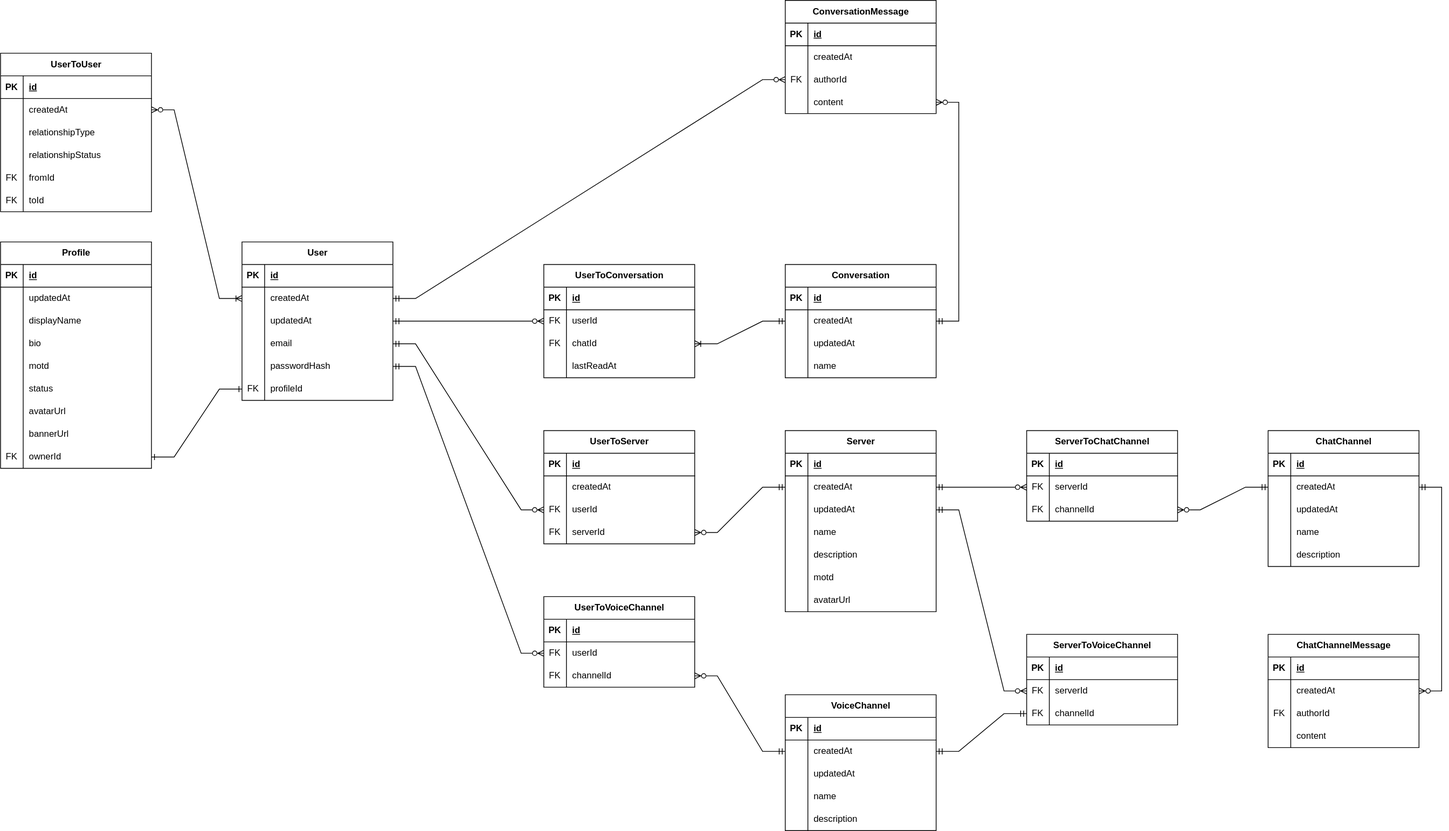
This is diagrams/er-diagram.svg from qonsensus/backend, a draw.io export, as it was before one commit. Source tidied: cells renumbered, new cells last; positions are measured from the earlier drawing's top-left corner, leaving out a move shared by most shapes.
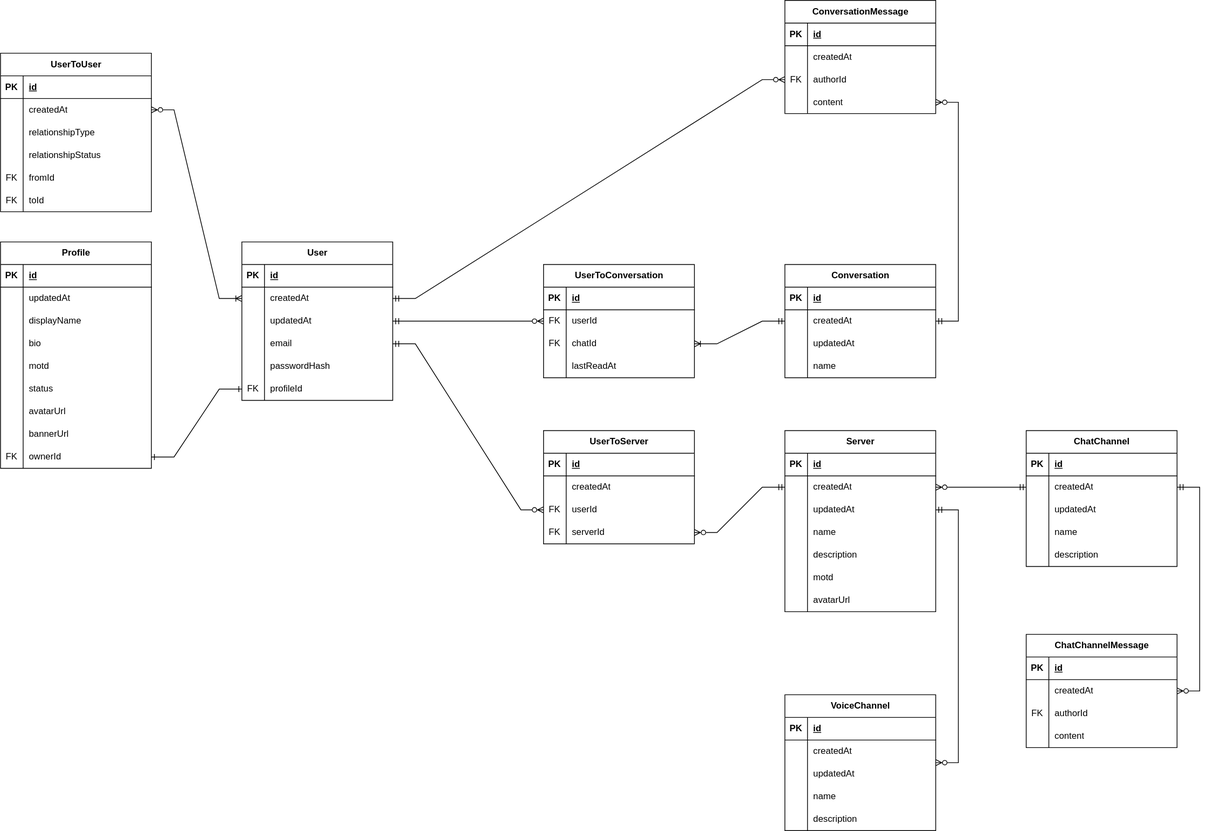
Above is the later version.

Commit message:
chore: updated er-diagram.svg to reflect changes in relation between Chat/Voice Channels and Servers

Diff of the diagram source:
```diff
@@ -356,41 +356,8 @@
     <mxCell id="119" style="edgeStyle=entityRelationEdgeStyle;rounded=0;jettySize=auto;html=1;entryX=0;entryY=0.5;entryDx=0;entryDy=0;endArrow=ERmandOne;endFill=0;startArrow=ERzeroToMany;startFill=0;" parent="1" edge="1" source="93" target="101">
       <mxGeometry relative="1" as="geometry" />
     </mxCell>
-    <mxCell id="120" value="ServerToChatChannel" style="shape=table;startSize=30;rowLines=0;fontStyle=1;align=center;html=1;" parent="1" vertex="1">
-      <mxGeometry x="1360" y="570" width="200" height="120" as="geometry" />
-    </mxCell>
-    <mxCell id="121" style="shape=tableRow;horizontal=0;startSize=0;swimlaneHead=0;swimlaneBody=0;fillColor=none;top=0;left=0;right=0;bottom=1;" parent="120" vertex="1">
-      <mxGeometry y="30" width="200" height="30" as="geometry" />
-    </mxCell>
-    <mxCell id="122" value="PK" style="shape=partialRectangle;fillColor=none;top=0;left=0;bottom=0;right=0;fontStyle=1;overflow=hidden;whiteSpace=wrap;html=1;" parent="121" vertex="1">
-      <mxGeometry width="30" height="30" as="geometry" />
-    </mxCell>
-    <mxCell id="123" value="id" style="shape=partialRectangle;fillColor=none;top=0;left=0;bottom=0;right=0;align=left;spacingLeft=6;fontStyle=5;overflow=hidden;whiteSpace=wrap;html=1;" parent="121" vertex="1">
-      <mxGeometry x="30" width="170" height="30" as="geometry" />
-    </mxCell>
-    <mxCell id="124" style="shape=tableRow;horizontal=0;startSize=0;swimlaneHead=0;swimlaneBody=0;fillColor=none;points=[[0,0.5],[1,0.5]];portConstraint=eastwest;top=0;left=0;right=0;bottom=0;" parent="120" vertex="1">
-      <mxGeometry y="60" width="200" height="30" as="geometry" />
-    </mxCell>
-    <mxCell id="125" value="FK" style="shape=partialRectangle;fillColor=none;top=0;left=0;bottom=0;right=0;overflow=hidden;whiteSpace=wrap;html=1;" parent="124" vertex="1">
-      <mxGeometry width="30" height="30" as="geometry" />
-    </mxCell>
-    <mxCell id="126" value="serverId" style="shape=partialRectangle;fillColor=none;top=0;left=0;bottom=0;right=0;align=left;spacingLeft=6;overflow=hidden;whiteSpace=wrap;html=1;" parent="124" vertex="1">
-      <mxGeometry x="30" width="170" height="30" as="geometry" />
-    </mxCell>
-    <mxCell id="127" style="shape=tableRow;horizontal=0;startSize=0;swimlaneHead=0;swimlaneBody=0;fillColor=none;points=[[0,0.5],[1,0.5]];portConstraint=eastwest;top=0;left=0;right=0;bottom=0;" parent="120" vertex="1">
-      <mxGeometry y="90" width="200" height="30" as="geometry" />
-    </mxCell>
-    <mxCell id="128" value="FK" style="shape=partialRectangle;fillColor=none;top=0;left=0;bottom=0;right=0;overflow=hidden;whiteSpace=wrap;html=1;" parent="127" vertex="1">
-      <mxGeometry width="30" height="30" as="geometry" />
-    </mxCell>
-    <mxCell id="129" value="channelId" style="shape=partialRectangle;fillColor=none;top=0;left=0;bottom=0;right=0;align=left;spacingLeft=6;overflow=hidden;whiteSpace=wrap;html=1;" parent="127" vertex="1">
-      <mxGeometry x="30" width="170" height="30" as="geometry" />
-    </mxCell>
-    <mxCell id="130" style="edgeStyle=entityRelationEdgeStyle;rounded=0;jettySize=auto;html=1;endArrow=ERmandOne;endFill=0;startArrow=ERzeroToMany;startFill=0;" parent="1" edge="1" source="124" target="101">
-      <mxGeometry relative="1" as="geometry" />
-    </mxCell>
     <mxCell id="131" value="ChatChannel" style="shape=table;startSize=30;rowLines=0;fontStyle=1;align=center;html=1;" parent="1" vertex="1">
-      <mxGeometry x="1680" y="570" width="200" height="180" as="geometry" />
+      <mxGeometry x="1360" y="570" width="200" height="180" as="geometry" />
     </mxCell>
     <mxCell id="132" style="shape=tableRow;horizontal=0;startSize=0;swimlaneHead=0;swimlaneBody=0;fillColor=none;top=0;left=0;right=0;bottom=1;" parent="131" vertex="1">
       <mxGeometry y="30" width="200" height="30" as="geometry" />
@@ -437,7 +404,7 @@
     <mxCell id="146" value="description" style="shape=partialRectangle;fillColor=none;top=0;left=0;bottom=0;right=0;align=left;spacingLeft=6;overflow=hidden;whiteSpace=wrap;html=1;" parent="144" vertex="1">
       <mxGeometry x="30" width="170" height="30" as="geometry" />
     </mxCell>
-    <mxCell id="147" style="edgeStyle=entityRelationEdgeStyle;rounded=0;jettySize=auto;html=1;endArrow=ERmandOne;endFill=0;startArrow=ERzeroToMany;startFill=0;" parent="1" edge="1" source="127" target="135">
+    <mxCell id="147" style="edgeStyle=entityRelationEdgeStyle;rounded=0;jettySize=auto;html=1;endArrow=ERmandOne;endFill=0;startArrow=ERzeroToMany;startFill=0;exitX=1;exitY=0.5;exitDx=0;exitDy=0;" parent="1" edge="1" source="101" target="135">
       <mxGeometry relative="1" as="geometry" />
     </mxCell>
     <mxCell id="148" style="edgeStyle=entityRelationEdgeStyle;rounded=0;jettySize=auto;html=1;endArrow=ERmandOne;endFill=0;startArrow=ERzeroToMany;startFill=0;exitX=1;exitY=0.5;exitDx=0;exitDy=0;" parent="1" edge="1" source="159" target="74">
@@ -488,37 +455,7 @@
     <mxCell id="163" style="edgeStyle=entityRelationEdgeStyle;rounded=0;jettySize=auto;html=1;endArrow=ERmandOne;endFill=0;startArrow=ERzeroToMany;startFill=0;exitX=1;exitY=0.5;exitDx=0;exitDy=0;" parent="1" edge="1" source="223" target="135">
       <mxGeometry relative="1" as="geometry" />
     </mxCell>
-    <mxCell id="164" value="ServerToVoiceChannel" style="shape=table;startSize=30;rowLines=0;fontStyle=1;align=center;html=1;" parent="1" vertex="1">
-      <mxGeometry x="1360" y="840" width="200" height="120" as="geometry" />
-    </mxCell>
-    <mxCell id="165" style="shape=tableRow;horizontal=0;startSize=0;swimlaneHead=0;swimlaneBody=0;fillColor=none;top=0;left=0;right=0;bottom=1;" parent="164" vertex="1">
-      <mxGeometry y="30" width="200" height="30" as="geometry" />
-    </mxCell>
-    <mxCell id="166" value="PK" style="shape=partialRectangle;fillColor=none;top=0;left=0;bottom=0;right=0;fontStyle=1;overflow=hidden;whiteSpace=wrap;html=1;" parent="165" vertex="1">
-      <mxGeometry width="30" height="30" as="geometry" />
-    </mxCell>
-    <mxCell id="167" value="id" style="shape=partialRectangle;fillColor=none;top=0;left=0;bottom=0;right=0;align=left;spacingLeft=6;fontStyle=5;overflow=hidden;whiteSpace=wrap;html=1;" parent="165" vertex="1">
-      <mxGeometry x="30" width="170" height="30" as="geometry" />
-    </mxCell>
-    <mxCell id="168" style="shape=tableRow;horizontal=0;startSize=0;swimlaneHead=0;swimlaneBody=0;fillColor=none;points=[[0,0.5],[1,0.5]];portConstraint=eastwest;top=0;left=0;right=0;bottom=0;" parent="164" vertex="1">
-      <mxGeometry y="60" width="200" height="30" as="geometry" />
-    </mxCell>
-    <mxCell id="169" value="FK" style="shape=partialRectangle;fillColor=none;top=0;left=0;bottom=0;right=0;overflow=hidden;whiteSpace=wrap;html=1;" parent="168" vertex="1">
-      <mxGeometry width="30" height="30" as="geometry" />
-    </mxCell>
-    <mxCell id="170" value="serverId" style="shape=partialRectangle;fillColor=none;top=0;left=0;bottom=0;right=0;align=left;spacingLeft=6;overflow=hidden;whiteSpace=wrap;html=1;" parent="168" vertex="1">
-      <mxGeometry x="30" width="170" height="30" as="geometry" />
-    </mxCell>
-    <mxCell id="171" style="shape=tableRow;horizontal=0;startSize=0;swimlaneHead=0;swimlaneBody=0;fillColor=none;points=[[0,0.5],[1,0.5]];portConstraint=eastwest;top=0;left=0;right=0;bottom=0;" parent="164" vertex="1">
-      <mxGeometry y="90" width="200" height="30" as="geometry" />
-    </mxCell>
-    <mxCell id="172" value="FK" style="shape=partialRectangle;fillColor=none;top=0;left=0;bottom=0;right=0;overflow=hidden;whiteSpace=wrap;html=1;" parent="171" vertex="1">
-      <mxGeometry width="30" height="30" as="geometry" />
-    </mxCell>
-    <mxCell id="173" value="channelId" style="shape=partialRectangle;fillColor=none;top=0;left=0;bottom=0;right=0;align=left;spacingLeft=6;overflow=hidden;whiteSpace=wrap;html=1;" parent="171" vertex="1">
-      <mxGeometry x="30" width="170" height="30" as="geometry" />
-    </mxCell>
-    <mxCell id="174" style="edgeStyle=entityRelationEdgeStyle;rounded=0;jettySize=auto;html=1;entryX=1;entryY=0.5;entryDx=0;entryDy=0;endArrow=ERmandOne;endFill=0;startArrow=ERzeroToMany;startFill=0;" parent="1" edge="1" source="168" target="104">
+    <mxCell id="174" style="edgeStyle=entityRelationEdgeStyle;rounded=0;jettySize=auto;html=1;entryX=1;entryY=0.5;entryDx=0;entryDy=0;endArrow=ERmandOne;endFill=0;startArrow=ERzeroToMany;startFill=0;" parent="1" edge="1" source="175" target="104">
       <mxGeometry relative="1" as="geometry" />
     </mxCell>
     <mxCell id="175" value="VoiceChannel" style="shape=table;startSize=30;rowLines=0;fontStyle=1;align=center;html=1;" parent="1" vertex="1">
@@ -569,45 +506,6 @@
     <mxCell id="190" value="description" style="shape=partialRectangle;fillColor=none;top=0;left=0;bottom=0;right=0;align=left;spacingLeft=6;overflow=hidden;whiteSpace=wrap;html=1;" parent="188" vertex="1">
       <mxGeometry x="30" width="170" height="30" as="geometry" />
     </mxCell>
-    <mxCell id="191" style="edgeStyle=entityRelationEdgeStyle;rounded=0;jettySize=auto;html=1;entryX=1;entryY=0.5;entryDx=0;entryDy=0;endArrow=ERmandOne;endFill=0;startArrow=ERmandOne;startFill=0;" parent="1" edge="1" source="171" target="179">
-      <mxGeometry relative="1" as="geometry" />
-    </mxCell>
-    <mxCell id="192" value="UserToVoiceChannel" style="shape=table;startSize=30;rowLines=0;fontStyle=1;align=center;html=1;" parent="1" vertex="1">
-      <mxGeometry x="720" y="790" width="200" height="120" as="geometry" />
-    </mxCell>
-    <mxCell id="193" style="shape=tableRow;horizontal=0;startSize=0;swimlaneHead=0;swimlaneBody=0;fillColor=none;top=0;left=0;right=0;bottom=1;" parent="192" vertex="1">
-      <mxGeometry y="30" width="200" height="30" as="geometry" />
-    </mxCell>
-    <mxCell id="194" value="PK" style="shape=partialRectangle;fillColor=none;top=0;left=0;bottom=0;right=0;fontStyle=1;overflow=hidden;whiteSpace=wrap;html=1;" parent="193" vertex="1">
-      <mxGeometry width="30" height="30" as="geometry" />
-    </mxCell>
-    <mxCell id="195" value="id" style="shape=partialRectangle;fillColor=none;top=0;left=0;bottom=0;right=0;align=left;spacingLeft=6;fontStyle=5;overflow=hidden;whiteSpace=wrap;html=1;" parent="193" vertex="1">
-      <mxGeometry x="30" width="170" height="30" as="geometry" />
-    </mxCell>
-    <mxCell id="196" style="shape=tableRow;horizontal=0;startSize=0;swimlaneHead=0;swimlaneBody=0;fillColor=none;points=[[0,0.5],[1,0.5]];portConstraint=eastwest;top=0;left=0;right=0;bottom=0;" parent="192" vertex="1">
-      <mxGeometry y="60" width="200" height="30" as="geometry" />
-    </mxCell>
-    <mxCell id="197" value="FK" style="shape=partialRectangle;fillColor=none;top=0;left=0;bottom=0;right=0;overflow=hidden;whiteSpace=wrap;html=1;" parent="196" vertex="1">
-      <mxGeometry width="30" height="30" as="geometry" />
-    </mxCell>
-    <mxCell id="198" value="userId" style="shape=partialRectangle;fillColor=none;top=0;left=0;bottom=0;right=0;align=left;spacingLeft=6;overflow=hidden;whiteSpace=wrap;html=1;" parent="196" vertex="1">
-      <mxGeometry x="30" width="170" height="30" as="geometry" />
-    </mxCell>
-    <mxCell id="199" style="shape=tableRow;horizontal=0;startSize=0;swimlaneHead=0;swimlaneBody=0;fillColor=none;points=[[0,0.5],[1,0.5]];portConstraint=eastwest;top=0;left=0;right=0;bottom=0;" parent="192" vertex="1">
-      <mxGeometry y="90" width="200" height="30" as="geometry" />
-    </mxCell>
-    <mxCell id="200" value="FK" style="shape=partialRectangle;fillColor=none;top=0;left=0;bottom=0;right=0;overflow=hidden;whiteSpace=wrap;html=1;" parent="199" vertex="1">
-      <mxGeometry width="30" height="30" as="geometry" />
-    </mxCell>
-    <mxCell id="201" value="channelId" style="shape=partialRectangle;fillColor=none;top=0;left=0;bottom=0;right=0;align=left;spacingLeft=6;overflow=hidden;whiteSpace=wrap;html=1;" parent="199" vertex="1">
-      <mxGeometry x="30" width="170" height="30" as="geometry" />
-    </mxCell>
-    <mxCell id="202" style="edgeStyle=entityRelationEdgeStyle;rounded=0;jettySize=auto;html=1;endArrow=ERmandOne;endFill=0;startArrow=ERzeroToMany;startFill=0;" parent="1" edge="1" source="199" target="179">
-      <mxGeometry relative="1" as="geometry" />
-    </mxCell>
-    <mxCell id="203" style="edgeStyle=entityRelationEdgeStyle;rounded=0;jettySize=auto;html=1;entryX=1;entryY=0.5;entryDx=0;entryDy=0;endArrow=ERmandOne;endFill=0;startArrow=ERzeroToMany;startFill=0;" parent="1" edge="1" source="196" target="15">
-      <mxGeometry relative="1" as="geometry" />
-    </mxCell>
     <mxCell id="204" value="UserToConversation" style="shape=table;startSize=30;rowLines=0;fontStyle=1;align=center;html=1;" parent="1" vertex="1">
       <mxGeometry x="720" y="350" width="200" height="150" as="geometry" />
     </mxCell>
@@ -654,7 +552,7 @@
       <mxGeometry relative="1" as="geometry" />
     </mxCell>
     <mxCell id="219" value="ChatChannelMessage" style="shape=table;startSize=30;rowLines=0;fontStyle=1;align=center;html=1;" parent="1" vertex="1">
-      <mxGeometry x="1680" y="840" width="200" height="150" as="geometry" />
+      <mxGeometry x="1360" y="840" width="200" height="150" as="geometry" />
     </mxCell>
     <mxCell id="220" style="shape=tableRow;horizontal=0;startSize=0;swimlaneHead=0;swimlaneBody=0;fillColor=none;top=0;left=0;right=0;bottom=1;" parent="219" vertex="1">
       <mxGeometry y="30" width="200" height="30" as="geometry" />
```
